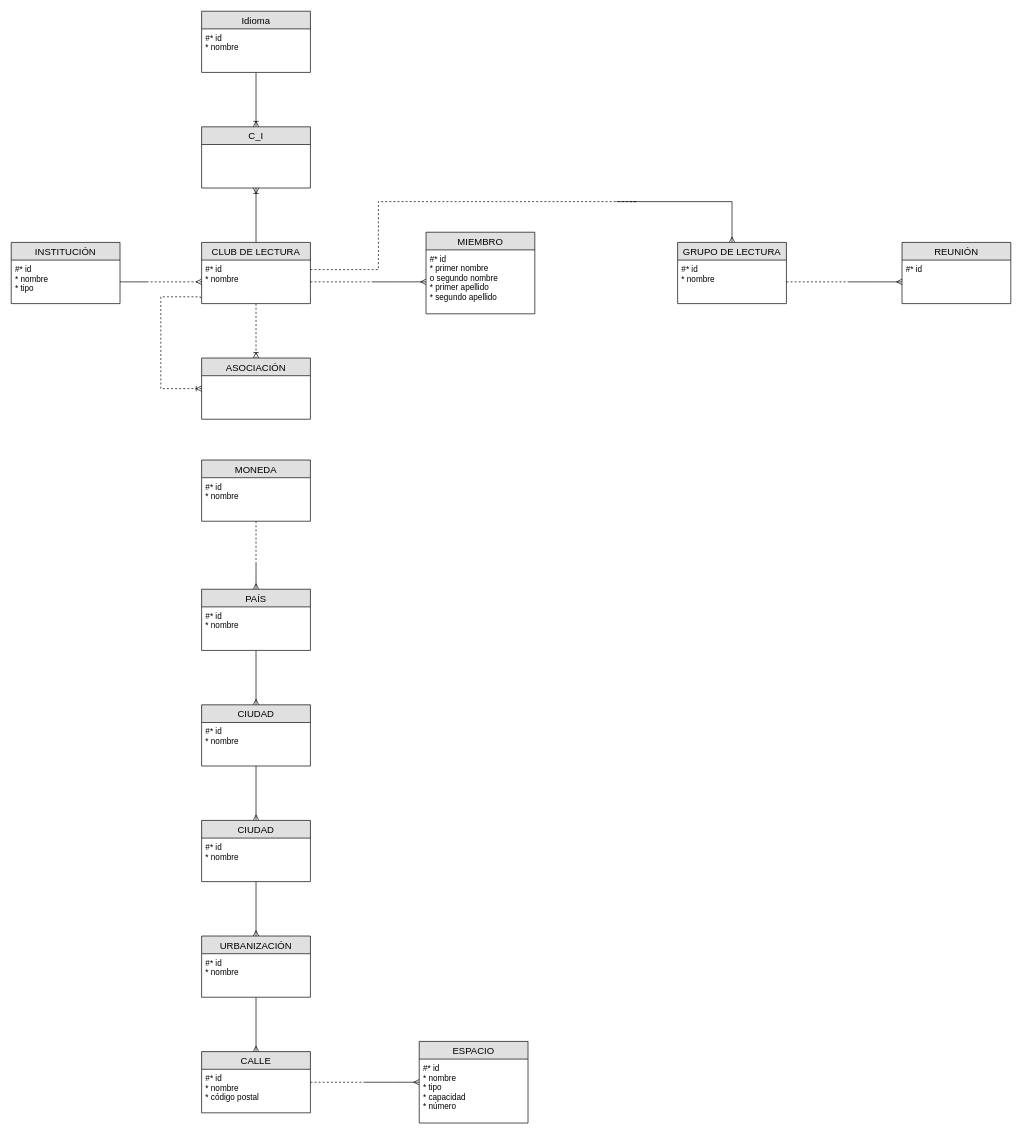
Before: DB I/ER.drawio in NeutronBlast/IS-Ex, a draw.io diagram. Source tidied: cells renumbered, new cells numbered last; positions are measured from the earlier drawing's top-left corner, leaving out a move shared by most shapes. Both pictures are drawn from the tidied source at 68%, with x=0, y=0 at pixel (11, 11).
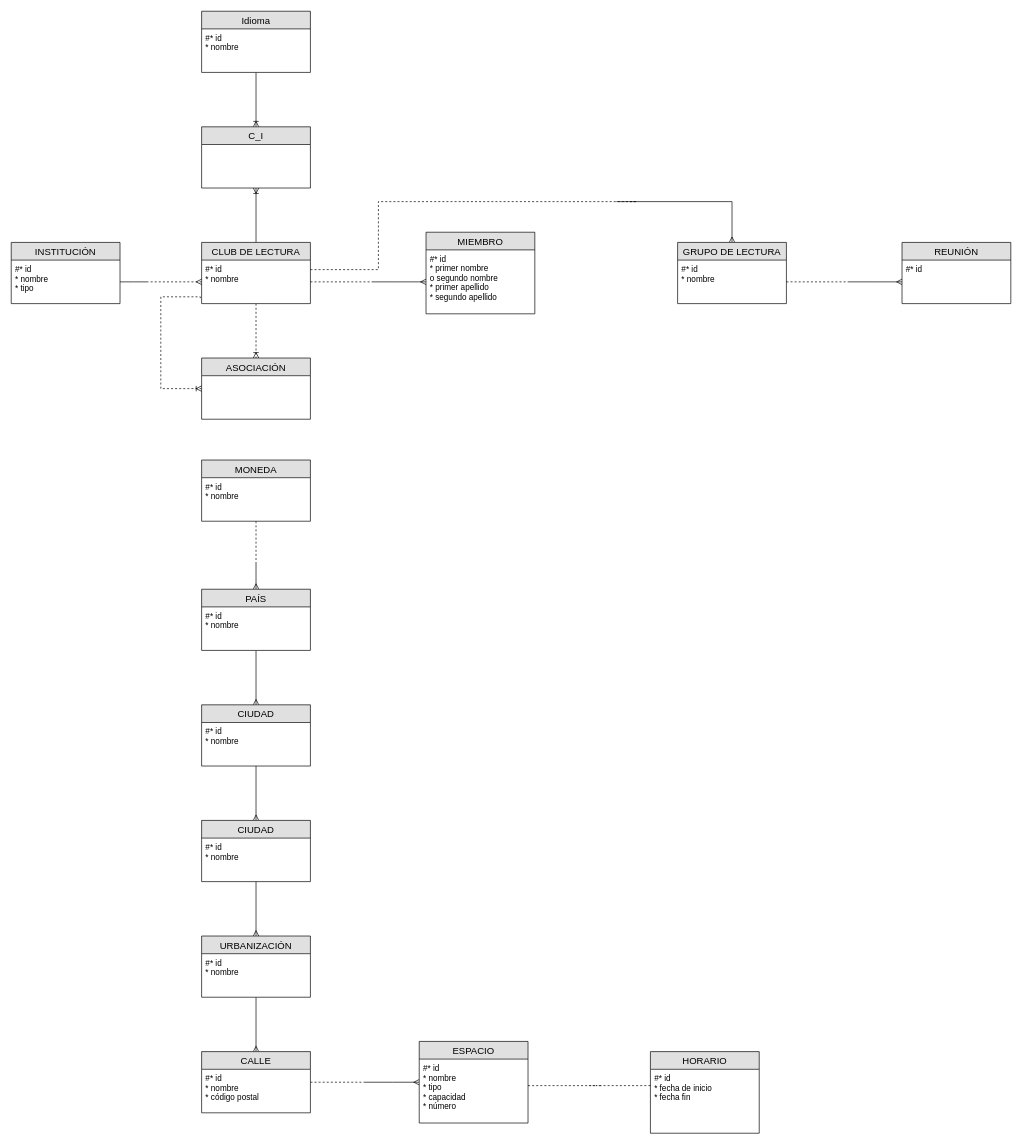
The same page after the edit.

The change refers to these unchanged cells:
```xml
<mxCell id="48" value="ESPACIO" style="swimlane;fontStyle=0;horizontal=1;startSize=26;fillColor=#e0e0e0;swimlaneFillColor=#ffffff;align=center;fontSize=14;" parent="1" vertex="1">
  <mxGeometry x="600" y="1515" width="160" height="120" as="geometry" />
</mxCell>
```

What changed in the source:
```diff
@@
+    <mxCell id="50" style="edgeStyle=orthogonalEdgeStyle;rounded=0;jettySize=auto;html=1;dashed=1;startArrow=none;startFill=0;endArrow=none;endFill=0;" parent="1" edge="1" source="48">
+      <mxGeometry relative="1" as="geometry">
+        <mxPoint x="850" y="1580" as="targetPoint" />
+        <Array as="points">
+          <mxPoint x="860" y="1580" />
+        </Array>
+      </mxGeometry>
+    </mxCell>
@@
+    <mxCell id="51" value="HORARIO" style="swimlane;fontStyle=0;horizontal=1;startSize=26;fillColor=#e0e0e0;swimlaneFillColor=#ffffff;align=center;fontSize=14;" parent="1" vertex="1">
+      <mxGeometry x="940" y="1530" width="160" height="120" as="geometry" />
+    </mxCell>
+    <mxCell id="52" value="#* id&#10;* fecha de inicio&#10;* fecha fin" style="text;strokeColor=none;fillColor=none;spacingLeft=4;spacingRight=4;overflow=hidden;points=[[0,0.5],[1,0.5]];portConstraint=eastwest;fontSize=12;" parent="51" vertex="1">
+      <mxGeometry y="26" width="160" height="94" as="geometry" />
+    </mxCell>
+    <mxCell id="53" style="edgeStyle=orthogonalEdgeStyle;rounded=0;jettySize=auto;html=1;dashed=1;startArrow=none;startFill=0;endArrow=none;endFill=0;" parent="1" edge="1" source="52">
+      <mxGeometry relative="1" as="geometry">
+        <mxPoint x="870" y="1580" as="targetPoint" />
+        <Array as="points">
+          <mxPoint x="860" y="1580" />
+        </Array>
+      </mxGeometry>
+    </mxCell>
```
